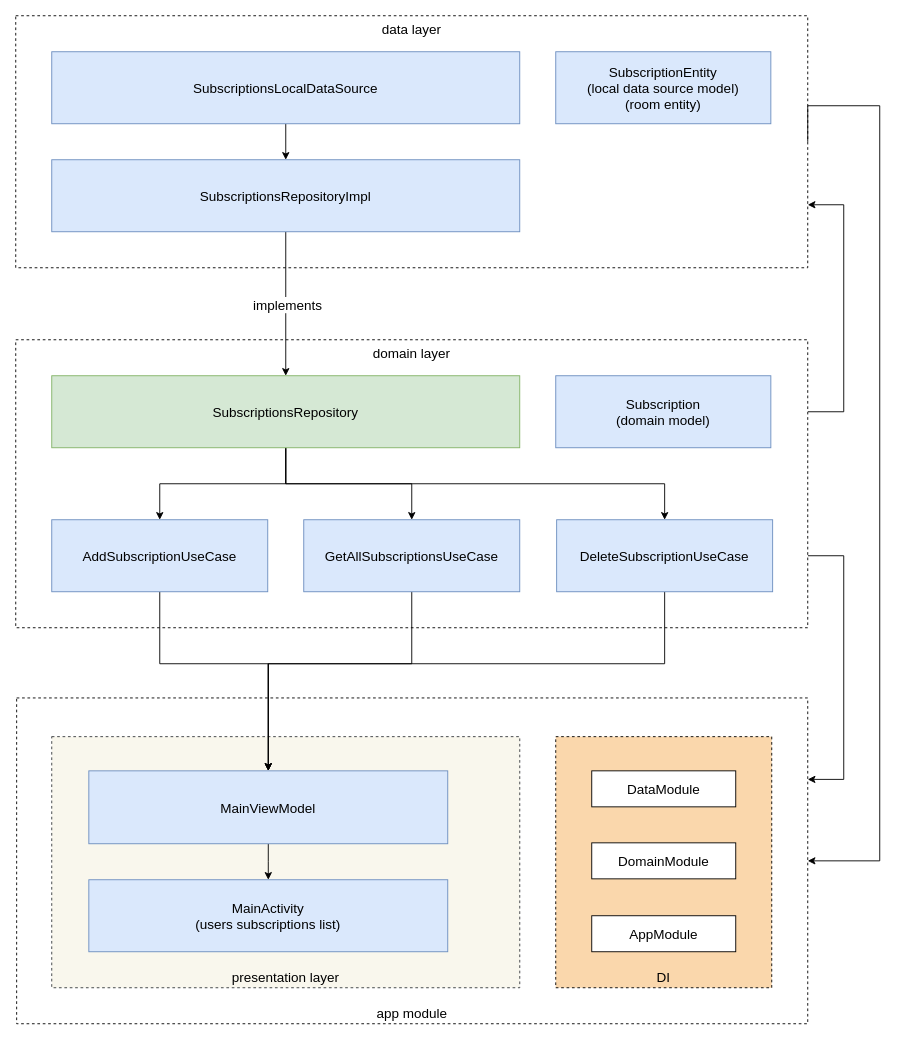
The draw.io diagram architecture/Subscriptions Manager App Architecture Diagram.drawio in karateka-git/subscriptions-manager, before the edit. Source tidied: cells renumbered, new cells numbered last; positions are measured from the earlier drawing's top-left corner, leaving out a move shared by most shapes. Both pictures are drawn from the tidied source at 90%, with x=0, y=0 at pixel (15, 15).
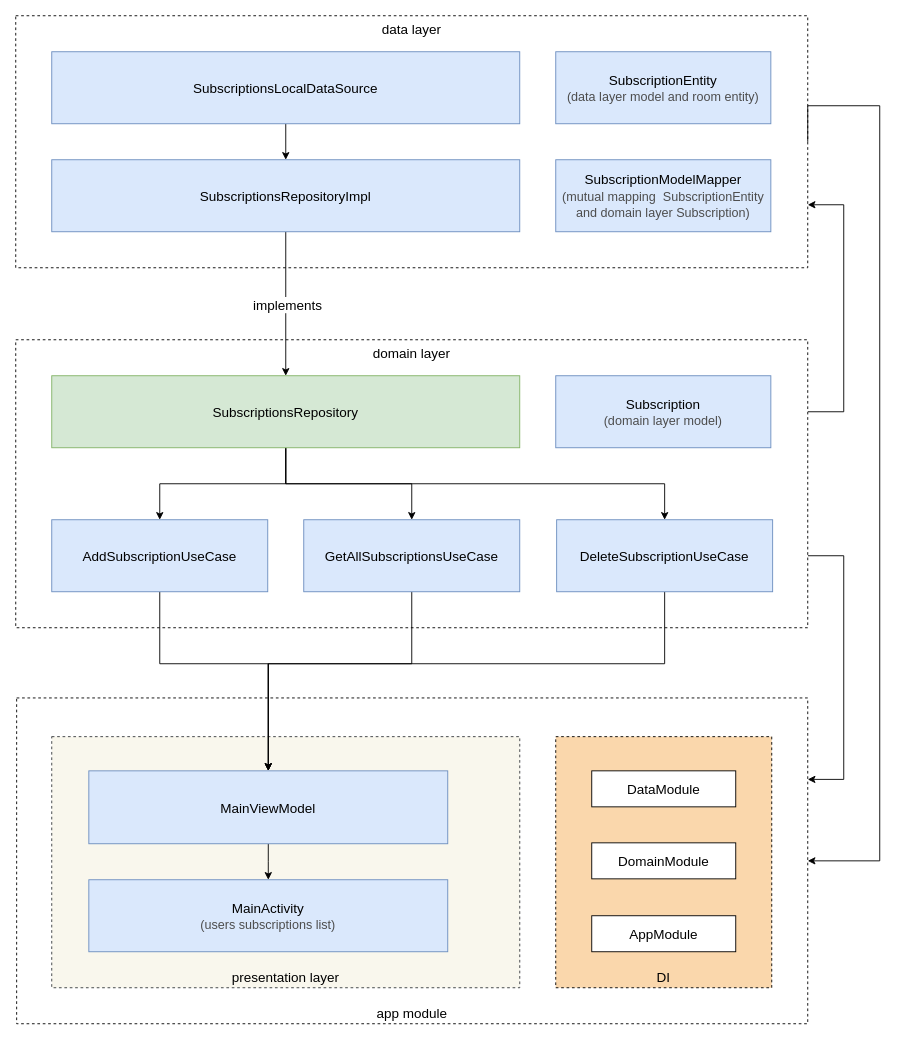
Above is the later version.

Commit message (it also covers changes not shown here):
updated architecture diagram

What changed in the source:
```diff
@@
-    <mxCell id="11" value="Subscription&lt;br style=&quot;font-size: 15px;&quot;&gt;(domain model)" style="rounded=0;whiteSpace=wrap;html=1;fontSize=15;fillColor=#dae8fc;strokeColor=#6c8ebf;glass=0;" parent="1" vertex="1">
+    <mxCell id="11" value="Subscription&lt;br style=&quot;font-size: 15px;&quot;&gt;&lt;font style=&quot;font-size: 14px;&quot; color=&quot;#4d4d4d&quot;&gt;(domain layer model)&lt;/font&gt;" style="rounded=0;whiteSpace=wrap;html=1;fontSize=15;fillColor=#dae8fc;strokeColor=#6c8ebf;glass=0;" parent="1" vertex="1">
       <mxGeometry x="600" y="400" width="239" height="80" as="geometry" />
     </mxCell>
@@
-    <mxCell id="25" value="MainActivity&lt;br&gt;(users subscriptions list)" style="rounded=0;whiteSpace=wrap;html=1;fontSize=15;fillColor=#dae8fc;strokeColor=#6c8ebf;" parent="1" vertex="1">
+    <mxCell id="25" value="MainActivity&lt;br&gt;&lt;font style=&quot;font-size: 14px;&quot; color=&quot;#4d4d4d&quot;&gt;(users subscriptions list)&lt;/font&gt;" style="rounded=0;whiteSpace=wrap;html=1;fontSize=15;fillColor=#dae8fc;strokeColor=#6c8ebf;" parent="1" vertex="1">
       <mxGeometry x="81.2" y="960" width="398.8" height="80" as="geometry" />
     </mxCell>
@@
-    <mxCell id="32" value="SubscriptionEntity&lt;br style=&quot;font-size: 15px;&quot;&gt;(local data source model)&lt;br&gt;(room entity)" style="rounded=0;whiteSpace=wrap;html=1;fontSize=15;fillColor=#dae8fc;strokeColor=#6c8ebf;glass=0;" parent="1" vertex="1">
+    <mxCell id="32" value="SubscriptionEntity&lt;br style=&quot;font-size: 15px;&quot;&gt;&lt;font color=&quot;#4d4d4d&quot; style=&quot;font-size: 14px;&quot;&gt;(data layer model and room entity)&lt;br&gt;&lt;/font&gt;" style="rounded=0;whiteSpace=wrap;html=1;fontSize=15;fillColor=#dae8fc;strokeColor=#6c8ebf;glass=0;" parent="1" vertex="1">
       <mxGeometry x="600" y="40" width="239" height="80" as="geometry" />
     </mxCell>
+    <mxCell id="33" value="SubscriptionModelMapper&lt;br style=&quot;font-size: 15px;&quot;&gt;&lt;font color=&quot;#4d4d4d&quot; style=&quot;font-size: 14px;&quot;&gt;(mutual mapping&amp;nbsp; SubscriptionEntity and&amp;nbsp;&lt;/font&gt;&lt;span style=&quot;color: rgb(77, 77, 77); font-size: 14px;&quot;&gt;domain layer&amp;nbsp;&lt;/span&gt;&lt;font color=&quot;#4d4d4d&quot; style=&quot;font-size: 14px;&quot;&gt;Subscription)&lt;/font&gt;" style="rounded=0;whiteSpace=wrap;html=1;fontSize=15;fillColor=#dae8fc;strokeColor=#6c8ebf;glass=0;" parent="1" vertex="1">
+      <mxGeometry x="600" y="160" width="239" height="80" as="geometry" />
+    </mxCell>
```
